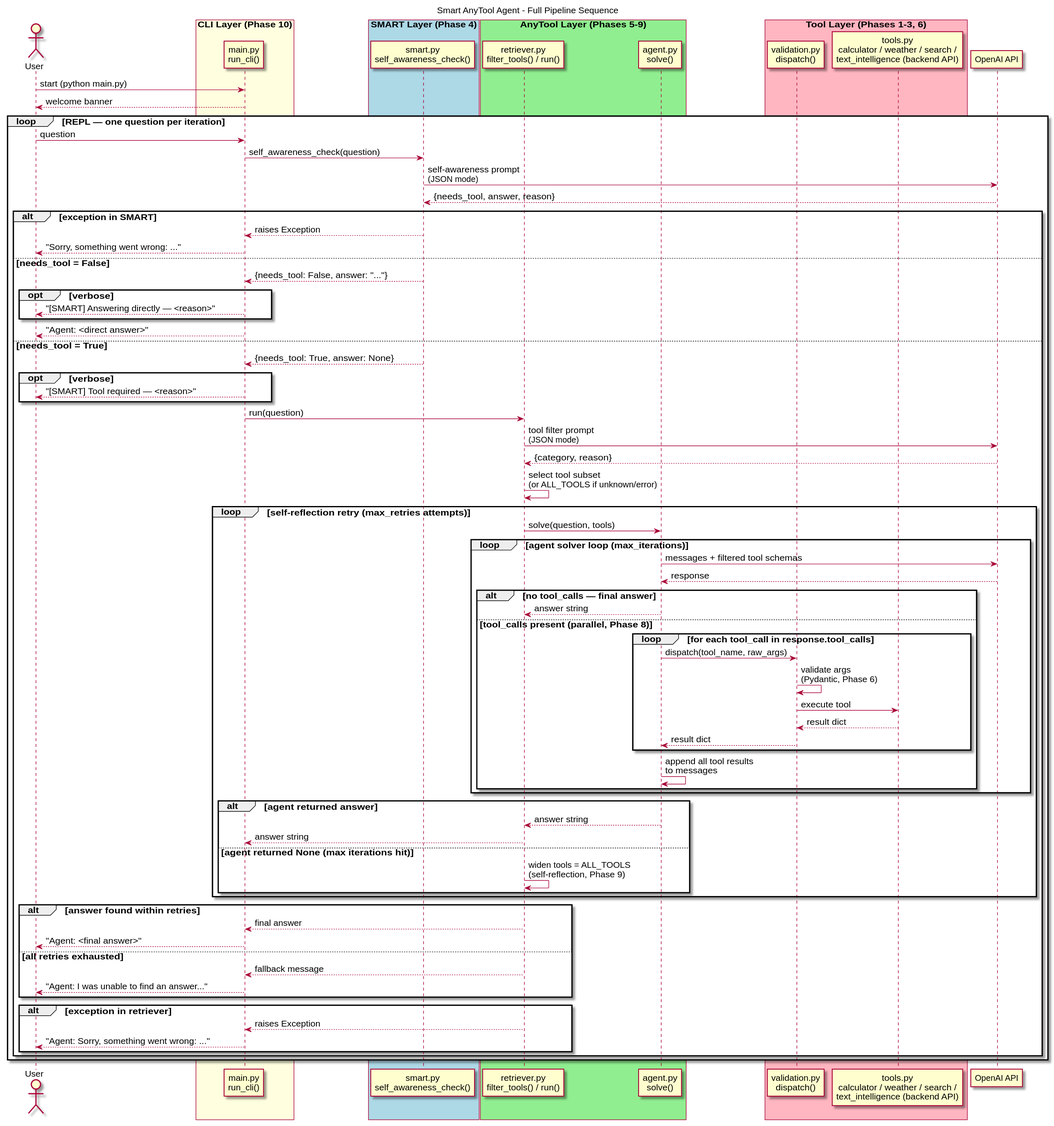
This is diagrams/docs/additional-notes/full-pipeline.svg from Buffden/smart-anytool-agent, a PlantUML export, as it was before one commit.
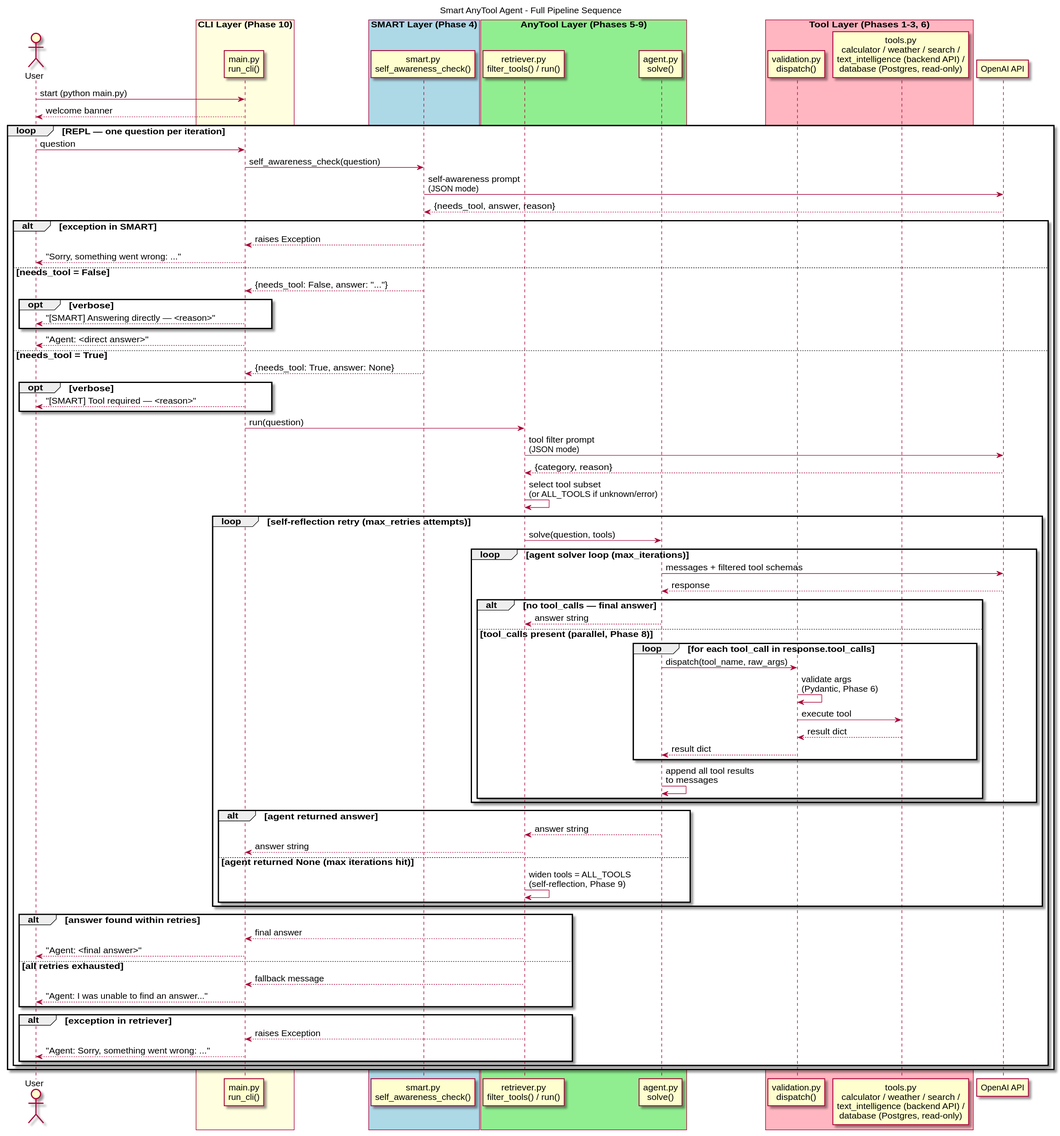
The same diagram one commit later.

Commit message:
chore: auto-export diagrams [skip ci]

The edit, as a diff of the source:
```diff
@@ -19,7 +19,7 @@
 
 box "Tool Layer (Phases 1-3, 6)" #LightPink
   participant "validation.py\ndispatch()" as Validation
-  participant "tools.py\ncalculator / weather / search /\ntext_intelligence (backend API)" as Tools
+  participant "tools.py\ncalculator / weather / search /\ntext_intelligence (backend API) /\ndatabase (Postgres, read-only)" as Tools
 end box
 
 participant "OpenAI API" as OpenAI
```
